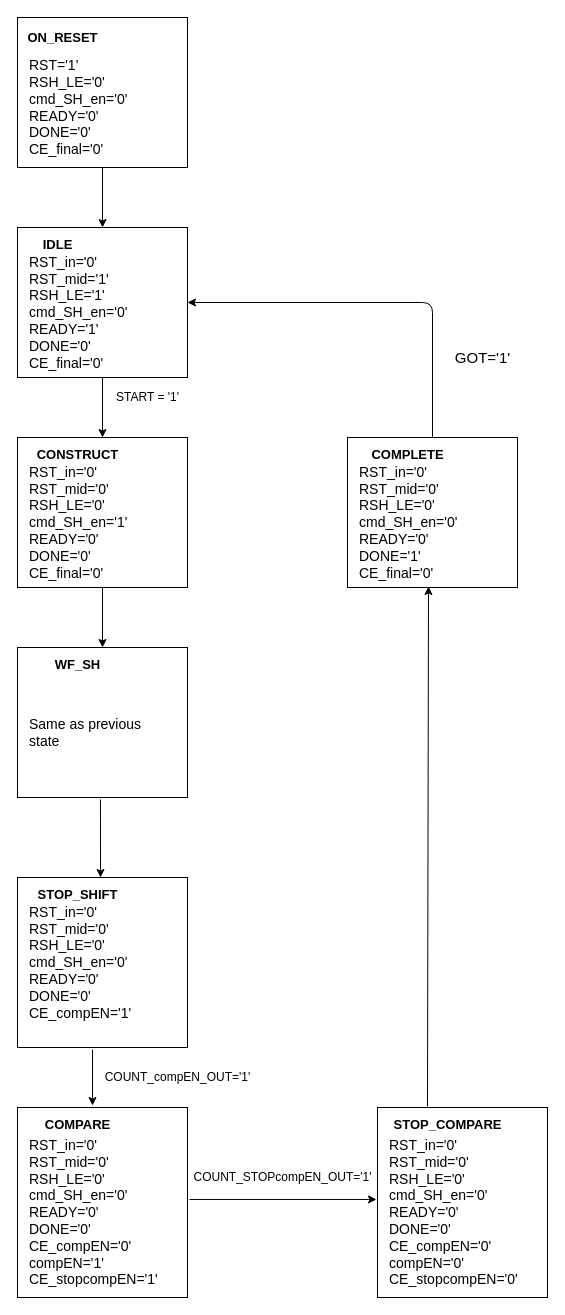
Earlier version of the draw.io diagram control_unit/Constructor_CU_State_Diagram.drawio (CostantinoTaranto/AME_Block-Diagram). Source tidied: cells renumbered, new cells numbered last; positions are measured from the earlier drawing's top-left corner, leaving out a move shared by most shapes. Both pictures are drawn from the tidied source at 100%, with x=0, y=0 at pixel (17, 17).
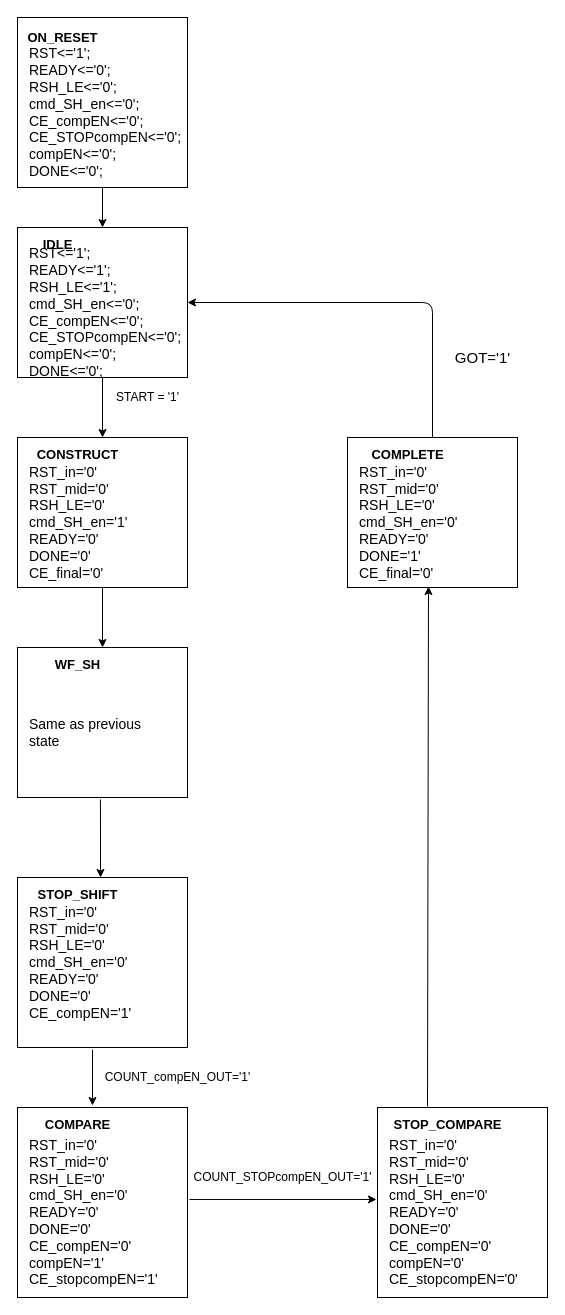
After the change.

What changed in the source:
```diff
@@
     <mxCell id="2" style="rounded=0;whiteSpace=wrap;html=1;" parent="1" vertex="1">
-      <mxGeometry width="170" height="150" as="geometry" />
+      <mxGeometry width="170" height="170" as="geometry" />
     </mxCell>
@@
-    <mxCell id="4" value="&lt;font style=&quot;font-size: 14px&quot;&gt;RST='1'&lt;br&gt;RSH_LE='0'&lt;br&gt;cmd_SH_en='0'&lt;br&gt;READY='0'&lt;br&gt;DONE='0'&lt;br&gt;CE_final='0'&lt;/font&gt;" style="text;html=1;align=left;verticalAlign=middle;" parent="1" vertex="1">
-      <mxGeometry x="10" y="40" width="110" height="100" as="geometry" />
+    <mxCell id="4" value="&lt;div&gt;&lt;span style=&quot;font-size: 14px&quot;&gt;RST&amp;lt;='1';&lt;/span&gt;&lt;/div&gt;&lt;div&gt;&lt;span style=&quot;font-size: 14px&quot;&gt;&lt;span&gt;&#9;&#9;&#9;&#9;&lt;/span&gt;READY&amp;lt;='0';&lt;/span&gt;&lt;/div&gt;&lt;div&gt;&lt;span style=&quot;font-size: 14px&quot;&gt;&lt;span&gt;&#9;&#9;&#9;&#9;&lt;/span&gt;RSH_LE&amp;lt;='0';&lt;/span&gt;&lt;/div&gt;&lt;div&gt;&lt;span style=&quot;font-size: 14px&quot;&gt;&lt;span&gt;&#9;&#9;&#9;&#9;&lt;/span&gt;cmd_SH_en&amp;lt;='0';&lt;/span&gt;&lt;/div&gt;&lt;div&gt;&lt;span style=&quot;font-size: 14px&quot;&gt;&lt;span&gt;&#9;&#9;&#9;&#9;&lt;/span&gt;CE_compEN&amp;lt;='0';&lt;/span&gt;&lt;/div&gt;&lt;div&gt;&lt;span style=&quot;font-size: 14px&quot;&gt;&lt;span&gt;&#9;&#9;&#9;&#9;&lt;/span&gt;CE_STOPcompEN&amp;lt;='0';&lt;/span&gt;&lt;/div&gt;&lt;div&gt;&lt;span style=&quot;font-size: 14px&quot;&gt;&lt;span&gt;&#9;&#9;&#9;&#9;&lt;/span&gt;compEN&amp;lt;='0';&lt;/span&gt;&lt;/div&gt;&lt;div&gt;&lt;span style=&quot;font-size: 14px&quot;&gt;&lt;span&gt;&#9;&#9;&#9;&#9;&lt;/span&gt;DONE&amp;lt;='0';&lt;/span&gt;&lt;/div&gt;" style="text;html=1;align=left;verticalAlign=middle;" parent="1" vertex="1">
+      <mxGeometry x="10" y="30" width="170" height="130" as="geometry" />
     </mxCell>
@@
-    <mxCell id="8" value="&lt;font style=&quot;font-size: 14px&quot;&gt;RST_in='0'&lt;br&gt;RST_mid='1'&lt;br&gt;RSH_LE='1'&lt;br&gt;cmd_SH_en='0'&lt;br&gt;READY='1'&lt;br&gt;DONE='0'&lt;br&gt;CE_final='0'&lt;/font&gt;" style="text;html=1;align=left;verticalAlign=middle;" parent="1" vertex="1">
-      <mxGeometry x="10" y="240" width="110" height="110" as="geometry" />
+    <mxCell id="8" value="&lt;div&gt;&lt;span style=&quot;font-size: 14px&quot;&gt;RST&amp;lt;='1';&lt;/span&gt;&lt;/div&gt;&lt;div&gt;&lt;span style=&quot;font-size: 14px&quot;&gt;&lt;span&gt;&#9;&#9;&#9;&#9;&lt;/span&gt;READY&amp;lt;='1';&lt;/span&gt;&lt;/div&gt;&lt;div&gt;&lt;span style=&quot;font-size: 14px&quot;&gt;&lt;span&gt;&#9;&#9;&#9;&#9;&lt;/span&gt;RSH_LE&amp;lt;='1';&lt;/span&gt;&lt;/div&gt;&lt;div&gt;&lt;span style=&quot;font-size: 14px&quot;&gt;&lt;span&gt;&#9;&#9;&#9;&#9;&lt;/span&gt;cmd_SH_en&amp;lt;='0';&lt;/span&gt;&lt;/div&gt;&lt;div&gt;&lt;span style=&quot;font-size: 14px&quot;&gt;&lt;span&gt;&#9;&#9;&#9;&#9;&lt;/span&gt;CE_compEN&amp;lt;='0';&lt;/span&gt;&lt;/div&gt;&lt;div&gt;&lt;span style=&quot;font-size: 14px&quot;&gt;&lt;span&gt;&#9;&#9;&#9;&#9;&lt;/span&gt;CE_STOPcompEN&amp;lt;='0';&lt;/span&gt;&lt;/div&gt;&lt;div&gt;&lt;span style=&quot;font-size: 14px&quot;&gt;&lt;span&gt;&#9;&#9;&#9;&#9;&lt;/span&gt;compEN&amp;lt;='0';&lt;/span&gt;&lt;/div&gt;&lt;div&gt;&lt;span style=&quot;font-size: 14px&quot;&gt;&lt;span&gt;&#9;&#9;&#9;&#9;&lt;/span&gt;DONE&amp;lt;='0';&lt;/span&gt;&lt;/div&gt;" style="text;html=1;align=left;verticalAlign=middle;" parent="1" vertex="1">
+      <mxGeometry x="10" y="230" width="170" height="130" as="geometry" />
     </mxCell>
```
